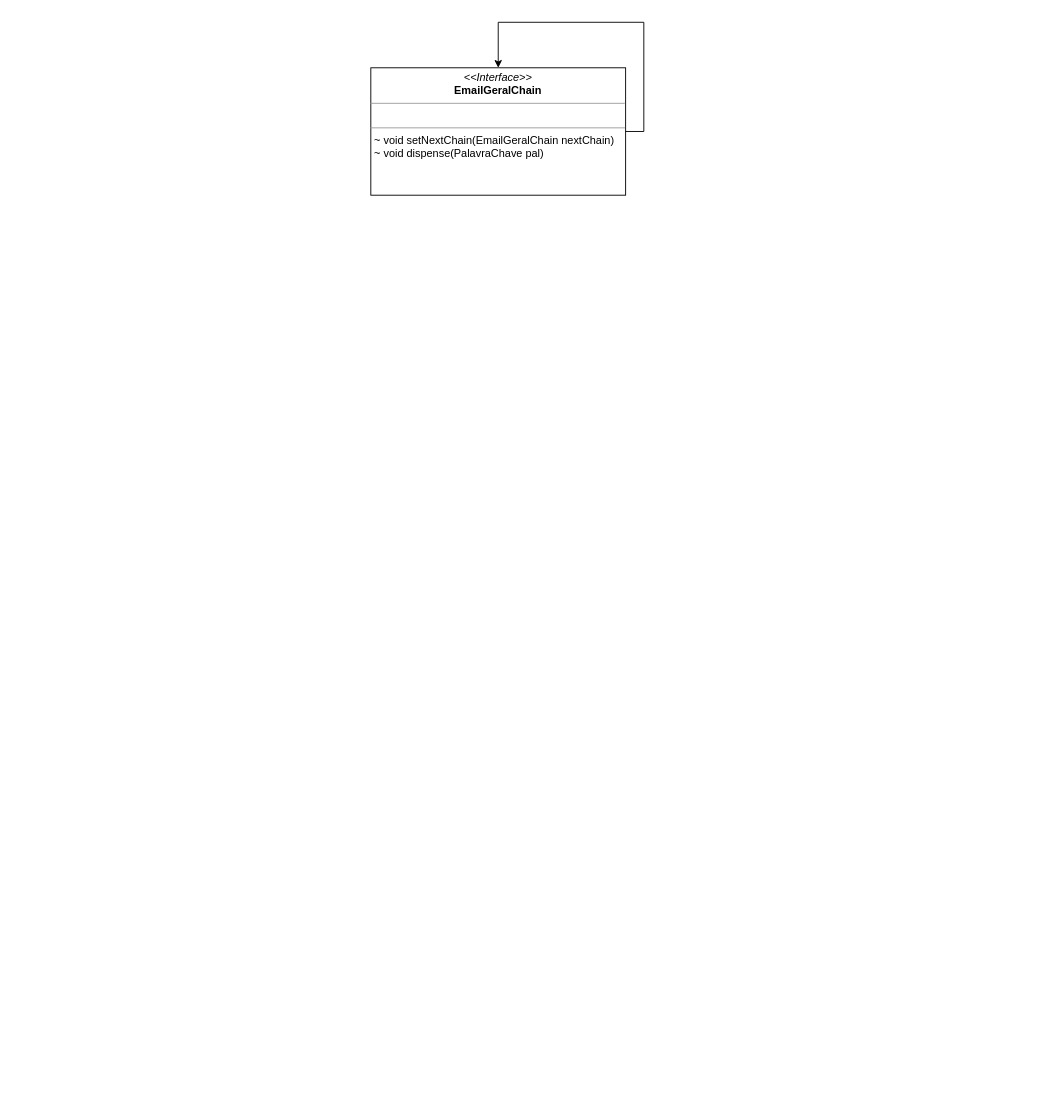
MatheusSantosDev/diagramas-UML keeps this draw.io diagram as page "1_E-mails" (1 of 4) of Arq_ADO_1.drawio. Above is the earlier version. Source tidied: cells renumbered, new cells numbered last; positions are measured from the earlier drawing's top-left corner, leaving out a move shared by most shapes. Both pictures are drawn from the tidied source at 91%, with x=0, y=0 at pixel (370, 22).
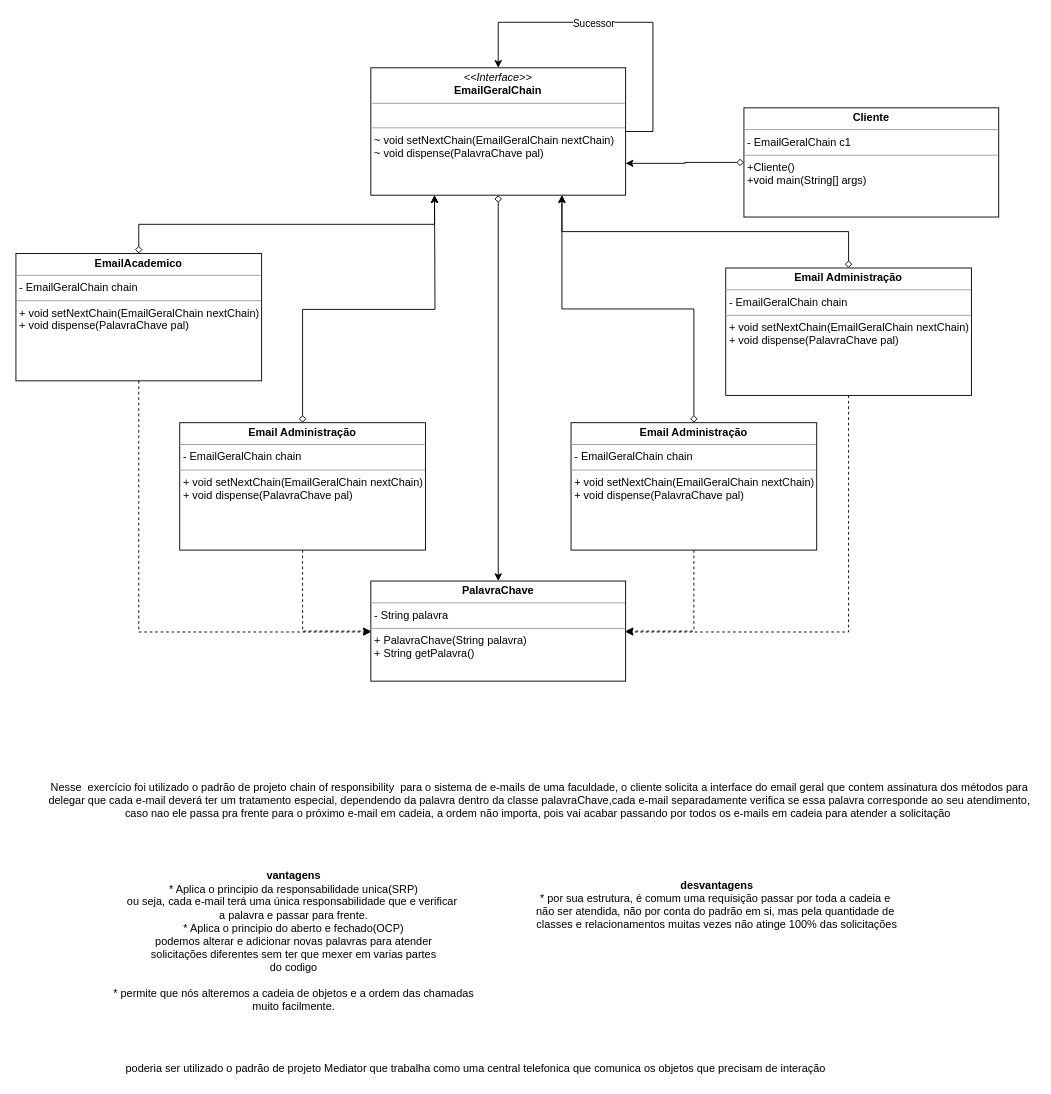
After the change.

Unchanged cells that the change refers to:
```xml
<mxCell id="2" value="&lt;p style=&quot;margin: 0px ; margin-top: 4px ; text-align: center&quot;&gt;&lt;i&gt;&amp;lt;&amp;lt;Interface&amp;gt;&amp;gt;&lt;/i&gt;&lt;br&gt;&lt;b&gt;EmailGeralChain&lt;/b&gt;&lt;/p&gt;&lt;hr size=&quot;1&quot;&gt;&lt;p style=&quot;margin: 0px ; margin-left: 4px&quot;&gt;&lt;br&gt;&lt;/p&gt;&lt;hr size=&quot;1&quot;&gt;&lt;p style=&quot;margin: 0px ; margin-left: 4px&quot;&gt;~&amp;nbsp;void setNextChain(EmailGeralChain nextChain)&lt;/p&gt;&lt;p style=&quot;margin: 0px ; margin-left: 4px&quot;&gt;~ void dispense(PalavraChave pal)&lt;/p&gt;" style="verticalAlign=top;align=left;overflow=fill;fontSize=12;fontFamily=Helvetica;html=1;" parent="1" vertex="1">
  <mxGeometry y="50" width="280" height="140" as="geometry" />
</mxCell>
```

Change to the diagram source:
```diff
@@
+    <mxCell id="4" style="edgeStyle=orthogonalEdgeStyle;rounded=0;jettySize=auto;html=1;startArrow=diamond;startFill=0;" parent="1" edge="1" source="2" target="8">
+      <mxGeometry relative="1" as="geometry" />
+    </mxCell>
@@
     <mxCell id="3" style="edgeStyle=orthogonalEdgeStyle;rounded=0;orthogonalLoop=1;jettySize=auto;html=1;exitX=1;exitY=0.5;exitDx=0;exitDy=0;entryX=0.5;entryY=0;entryDx=0;entryDy=0;" parent="1" edge="1" source="2" target="2">
       <mxGeometry relative="1" as="geometry">
         <Array as="points">
-          <mxPoint x="300" y="120" />
-          <mxPoint x="300" />
+          <mxPoint x="310" y="120" />
+          <mxPoint x="310" />
           <mxPoint x="140" />
         </Array>
       </mxGeometry>
     </mxCell>
+    <mxCell id="5" value="Sucessor" style="edgeLabel;html=1;align=center;verticalAlign=middle;" parent="3" vertex="1">
+      <mxGeometry x="0.17" y="1" relative="1" as="geometry" />
+    </mxCell>
+    <mxCell id="6" style="edgeStyle=orthogonalEdgeStyle;rounded=0;jettySize=auto;html=1;exitX=0;exitY=0.5;exitDx=0;exitDy=0;entryX=1;entryY=0.75;entryDx=0;entryDy=0;startArrow=diamond;startFill=0;" parent="1" edge="1" source="7" target="2">
+      <mxGeometry relative="1" as="geometry" />
+    </mxCell>
+    <mxCell id="7" value="&lt;p style=&quot;margin: 0px ; margin-top: 4px ; text-align: center&quot;&gt;&lt;b&gt;Cliente&lt;/b&gt;&lt;/p&gt;&lt;hr size=&quot;1&quot;&gt;&lt;p style=&quot;margin: 0px ; margin-left: 4px&quot;&gt;-&amp;nbsp;EmailGeralChain c1&lt;/p&gt;&lt;hr size=&quot;1&quot;&gt;&lt;p style=&quot;margin: 0px ; margin-left: 4px&quot;&gt;+Cliente()&lt;/p&gt;&lt;p style=&quot;margin: 0px ; margin-left: 4px&quot;&gt;+void main(String[] args)&lt;/p&gt;" style="verticalAlign=top;align=left;overflow=fill;fontSize=12;fontFamily=Helvetica;html=1;" parent="1" vertex="1">
+      <mxGeometry x="410" y="94" width="280" height="120" as="geometry" />
+    </mxCell>
+    <mxCell id="8" value="&lt;p style=&quot;margin: 0px ; margin-top: 4px ; text-align: center&quot;&gt;&lt;b&gt;PalavraChave&lt;/b&gt;&lt;/p&gt;&lt;hr size=&quot;1&quot;&gt;&lt;p style=&quot;margin: 0px ; margin-left: 4px&quot;&gt;- String palavra&lt;/p&gt;&lt;hr size=&quot;1&quot;&gt;&lt;p style=&quot;margin: 0px ; margin-left: 4px&quot;&gt;+&amp;nbsp;PalavraChave(String palavra)&lt;/p&gt;&lt;p style=&quot;margin: 0px ; margin-left: 4px&quot;&gt;+&amp;nbsp;String getPalavra()&lt;/p&gt;" style="verticalAlign=top;align=left;overflow=fill;fontSize=12;fontFamily=Helvetica;html=1;" parent="1" vertex="1">
+      <mxGeometry y="614" width="280" height="110" as="geometry" />
+    </mxCell>
+    <mxCell id="9" style="edgeStyle=orthogonalEdgeStyle;rounded=0;jettySize=auto;html=1;exitX=0.5;exitY=0;exitDx=0;exitDy=0;entryX=0.25;entryY=1;entryDx=0;entryDy=0;startArrow=diamond;startFill=0;" parent="1" edge="1" source="11" target="2">
+      <mxGeometry relative="1" as="geometry" />
+    </mxCell>
+    <mxCell id="10" style="edgeStyle=orthogonalEdgeStyle;rounded=0;jettySize=auto;html=1;exitX=0.5;exitY=1;exitDx=0;exitDy=0;dashed=1;startArrow=none;startFill=0;" parent="1" edge="1" source="11">
+      <mxGeometry relative="1" as="geometry">
+        <mxPoint y="670" as="targetPoint" />
+        <Array as="points">
+          <mxPoint x="-255" y="670" />
+        </Array>
+      </mxGeometry>
+    </mxCell>
+    <mxCell id="11" value="&lt;p style=&quot;margin: 0px ; margin-top: 4px ; text-align: center&quot;&gt;&lt;b&gt;EmailAcademico&lt;/b&gt;&lt;/p&gt;&lt;hr size=&quot;1&quot;&gt;&lt;p style=&quot;margin: 0px ; margin-left: 4px&quot;&gt;- EmailGeralChain chain&lt;/p&gt;&lt;hr size=&quot;1&quot;&gt;&lt;p style=&quot;margin: 0px ; margin-left: 4px&quot;&gt;+ void setNextChain(EmailGeralChain nextChain)&lt;/p&gt;&lt;p style=&quot;margin: 0px ; margin-left: 4px&quot;&gt;+ void dispense(PalavraChave pal)&lt;/p&gt;" style="verticalAlign=top;align=left;overflow=fill;fontSize=12;fontFamily=Helvetica;html=1;" parent="1" vertex="1">
+      <mxGeometry x="-390" y="254" width="270" height="140" as="geometry" />
+    </mxCell>
+    <mxCell id="12" style="edgeStyle=orthogonalEdgeStyle;rounded=0;jettySize=auto;html=1;exitX=0.5;exitY=0;exitDx=0;exitDy=0;startArrow=diamond;startFill=0;" parent="1" edge="1" source="14">
+      <mxGeometry relative="1" as="geometry">
+        <mxPoint x="70" y="190" as="targetPoint" />
+      </mxGeometry>
+    </mxCell>
+    <mxCell id="13" style="edgeStyle=orthogonalEdgeStyle;rounded=0;jettySize=auto;html=1;exitX=0.5;exitY=1;exitDx=0;exitDy=0;entryX=0;entryY=0.5;entryDx=0;entryDy=0;startArrow=none;startFill=0;dashed=1;" parent="1" edge="1" source="14" target="8">
+      <mxGeometry relative="1" as="geometry" />
+    </mxCell>
+    <mxCell id="14" value="&lt;p style=&quot;margin: 0px ; margin-top: 4px ; text-align: center&quot;&gt;&lt;b&gt;Email Administração&lt;/b&gt;&lt;/p&gt;&lt;hr size=&quot;1&quot;&gt;&lt;p style=&quot;margin: 0px ; margin-left: 4px&quot;&gt;- EmailGeralChain chain&lt;/p&gt;&lt;hr size=&quot;1&quot;&gt;&lt;p style=&quot;margin: 0px ; margin-left: 4px&quot;&gt;+ void setNextChain(EmailGeralChain nextChain)&lt;/p&gt;&lt;p style=&quot;margin: 0px ; margin-left: 4px&quot;&gt;+ void dispense(PalavraChave pal)&lt;/p&gt;" style="verticalAlign=top;align=left;overflow=fill;fontSize=12;fontFamily=Helvetica;html=1;" parent="1" vertex="1">
+      <mxGeometry x="-210" y="440" width="270" height="140" as="geometry" />
+    </mxCell>
+    <mxCell id="15" style="edgeStyle=orthogonalEdgeStyle;rounded=0;jettySize=auto;html=1;exitX=0.5;exitY=0;exitDx=0;exitDy=0;startArrow=diamond;startFill=0;entryX=0.75;entryY=1;entryDx=0;entryDy=0;" parent="1" edge="1" source="17" target="2">
+      <mxGeometry relative="1" as="geometry" />
+    </mxCell>
+    <mxCell id="16" style="edgeStyle=orthogonalEdgeStyle;rounded=0;jettySize=auto;html=1;exitX=0.5;exitY=1;exitDx=0;exitDy=0;entryX=1;entryY=0.5;entryDx=0;entryDy=0;dashed=1;startArrow=none;startFill=0;" parent="1" edge="1" source="17" target="8">
+      <mxGeometry relative="1" as="geometry" />
+    </mxCell>
+    <mxCell id="17" value="&lt;p style=&quot;margin: 0px ; margin-top: 4px ; text-align: center&quot;&gt;&lt;b&gt;Email Administração&lt;/b&gt;&lt;/p&gt;&lt;hr size=&quot;1&quot;&gt;&lt;p style=&quot;margin: 0px ; margin-left: 4px&quot;&gt;- EmailGeralChain chain&lt;/p&gt;&lt;hr size=&quot;1&quot;&gt;&lt;p style=&quot;margin: 0px ; margin-left: 4px&quot;&gt;+ void setNextChain(EmailGeralChain nextChain)&lt;/p&gt;&lt;p style=&quot;margin: 0px ; margin-left: 4px&quot;&gt;+ void dispense(PalavraChave pal)&lt;/p&gt;" style="verticalAlign=top;align=left;overflow=fill;fontSize=12;fontFamily=Helvetica;html=1;" parent="1" vertex="1">
+      <mxGeometry x="220" y="440" width="270" height="140" as="geometry" />
+    </mxCell>
+    <mxCell id="18" style="edgeStyle=orthogonalEdgeStyle;rounded=0;jettySize=auto;html=1;exitX=0.5;exitY=0;exitDx=0;exitDy=0;entryX=0.75;entryY=1;entryDx=0;entryDy=0;startArrow=diamond;startFill=0;" parent="1" edge="1" source="20" target="2">
+      <mxGeometry relative="1" as="geometry" />
+    </mxCell>
+    <mxCell id="19" style="edgeStyle=orthogonalEdgeStyle;rounded=0;jettySize=auto;html=1;exitX=0.5;exitY=1;exitDx=0;exitDy=0;dashed=1;startArrow=none;startFill=0;" parent="1" edge="1" source="20">
+      <mxGeometry relative="1" as="geometry">
+        <mxPoint x="280" y="670" as="targetPoint" />
+        <Array as="points">
+          <mxPoint x="525" y="670" />
+        </Array>
+      </mxGeometry>
+    </mxCell>
+    <mxCell id="20" value="&lt;p style=&quot;margin: 0px ; margin-top: 4px ; text-align: center&quot;&gt;&lt;b&gt;Email Administração&lt;/b&gt;&lt;/p&gt;&lt;hr size=&quot;1&quot;&gt;&lt;p style=&quot;margin: 0px ; margin-left: 4px&quot;&gt;- EmailGeralChain chain&lt;/p&gt;&lt;hr size=&quot;1&quot;&gt;&lt;p style=&quot;margin: 0px ; margin-left: 4px&quot;&gt;+ void setNextChain(EmailGeralChain nextChain)&lt;/p&gt;&lt;p style=&quot;margin: 0px ; margin-left: 4px&quot;&gt;+ void dispense(PalavraChave pal)&lt;/p&gt;" style="verticalAlign=top;align=left;overflow=fill;fontSize=12;fontFamily=Helvetica;html=1;" parent="1" vertex="1">
+      <mxGeometry x="390" y="270" width="270" height="140" as="geometry" />
+    </mxCell>
+    <mxCell id="21" value="Nesse&amp;nbsp; exercício foi utilizado o padrão de projeto chain of responsibility&amp;nbsp; para o sistema de e-mails de uma faculdade, o cliente solicita a interface do email geral que contem assinatura dos métodos para &lt;br&gt;delegar que cada e-mail deverá ter um tratamento especial, dependendo da palavra dentro da classe palavraChave,cada e-mail separadamente verifica se essa palavra corresponde ao seu atendimento, &lt;br&gt;caso nao ele passa pra frente para o próximo e-mail em cadeia, a ordem não importa, pois vai acabar passando por todos os e-mails em cadeia para atender a solicitação&amp;nbsp;" style="text;html=1;align=center;verticalAlign=middle;" parent="1" vertex="1">
+      <mxGeometry x="-360" y="830" width="1090" height="50" as="geometry" />
+    </mxCell>
+    <mxCell id="22" value="&lt;b&gt;vantagens&lt;/b&gt;&lt;br&gt;* Aplica o principio da responsabilidade unica(SRP)&lt;br&gt;ou seja, cada e-mail terá uma única responsabilidade que e verificar&amp;nbsp;&lt;br&gt;a palavra e passar para frente.&lt;br&gt;* Aplica o principio do aberto e fechado(OCP)&lt;br&gt;podemos alterar e adicionar novas palavras para atender&lt;br&gt;solicitações diferentes sem ter que mexer em varias partes&lt;br&gt;do codigo&lt;br&gt;&lt;br&gt;* permite que nós alteremos a cadeia de objetos e a ordem das chamadas&lt;br&gt;muito facilmente." style="text;html=1;align=center;verticalAlign=middle;" parent="1" vertex="1">
+      <mxGeometry x="-290" y="930" width="410" height="160" as="geometry" />
+    </mxCell>
+    <mxCell id="23" value="&lt;b&gt;desvantagens&lt;/b&gt;&lt;br&gt;* por sua estrutura, é comum uma requisição passar por toda a cadeia e&amp;nbsp;&lt;br&gt;não ser atendida, não por conta do padrão em si, mas pela quantidade de&amp;nbsp;&lt;br&gt;classes e relacionamentos muitas vezes não atinge 100% das solicitações" style="text;html=1;align=center;verticalAlign=middle;" parent="1" vertex="1">
+      <mxGeometry x="175" y="940" width="410" height="60" as="geometry" />
+    </mxCell>
+    <mxCell id="24" value="poderia ser utilizado o padrão de projeto Mediator que trabalha como uma central telefonica que comunica os objetos que precisam de interação" style="text;html=1;align=center;verticalAlign=middle;" parent="1" vertex="1">
+      <mxGeometry x="-275" y="1140" width="780" height="20" as="geometry" />
+    </mxCell>
```
